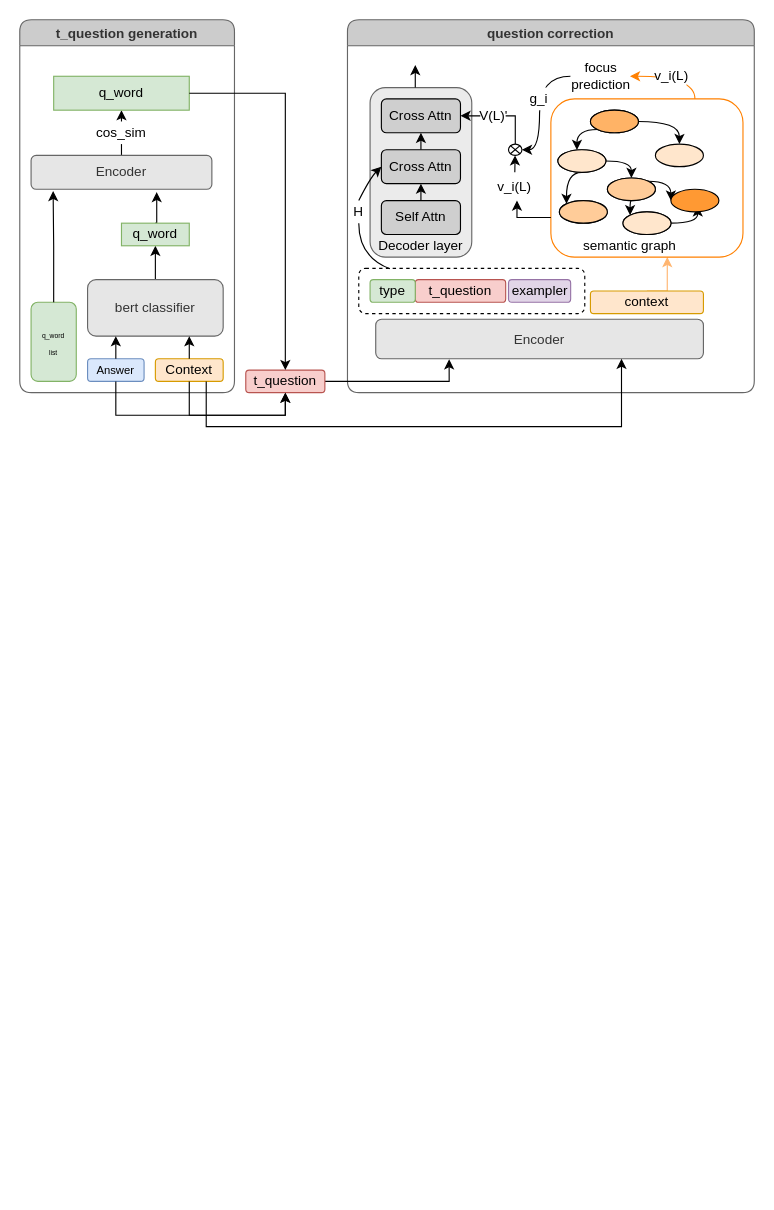
FantasyoO666/open-ended_question_ontology keeps this draw.io diagram as allQG model .drawio. Above is the earlier version. Source tidied: cells renumbered, new cells numbered last; positions are measured from the earlier drawing's top-left corner, leaving out a move shared by most shapes. Both pictures are drawn from the tidied source at 113%, with x=0, y=0 at pixel (19, 19).
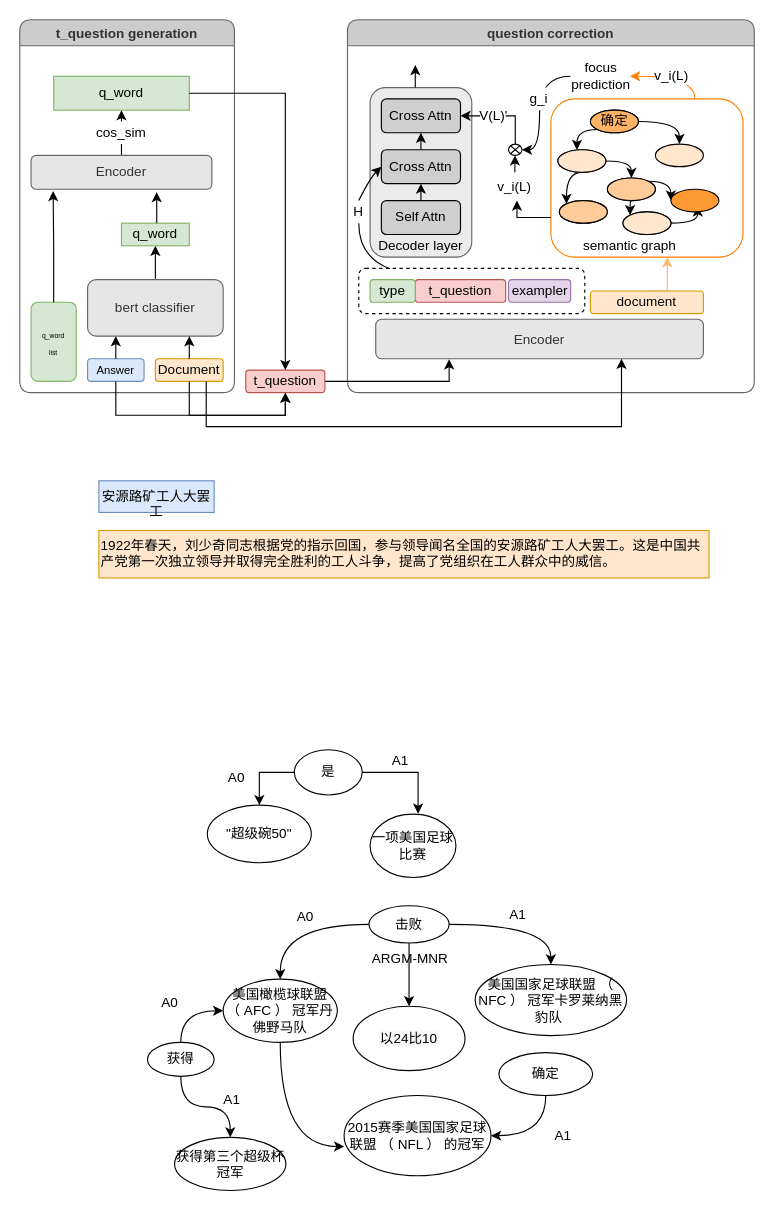
Above is the later version.

Unchanged cells that the change refers to:
```xml
<mxCell id="2" value="t_question generation" style="swimlane;strokeColor=#666666;fontColor=#333333;rounded=1;fillColor=#CCCCCC;" parent="1" vertex="1">
  <mxGeometry width="190" height="330" as="geometry" />
</mxCell>
<mxCell id="16" value="question correction" style="swimlane;rounded=1;strokeColor=#666666;fontColor=#333333;fillColor=#CCCCCC;" parent="1" vertex="1">
  <mxGeometry x="290" width="360" height="330" as="geometry" />
</mxCell>
```

The edit, as a diff of the source:
```diff
@@
-    <mxCell id="3" value="Context" style="rounded=1;whiteSpace=wrap;html=1;fillColor=#ffe6cc;strokeColor=#d79b00;" parent="2" vertex="1">
+    <mxCell id="3" value="Document" style="rounded=1;whiteSpace=wrap;html=1;fillColor=#ffe6cc;strokeColor=#d79b00;" parent="2" vertex="1">
       <mxGeometry x="120" y="300" width="60" height="20" as="geometry" />
     </mxCell>
@@
-    <mxCell id="20" value="context" style="rounded=1;whiteSpace=wrap;html=1;fillColor=#ffe6cc;strokeColor=#d79b00;" parent="16" vertex="1">
+    <mxCell id="20" value="document" style="rounded=1;whiteSpace=wrap;html=1;fillColor=#ffe6cc;strokeColor=#d79b00;" parent="16" vertex="1">
       <mxGeometry x="215" y="240" width="100" height="20" as="geometry" />
     </mxCell>
@@
-    <mxCell id="54" style="ellipse;whiteSpace=wrap;html=1;rounded=1;fillColor=#FFB366;" parent="16" vertex="1">
+    <mxCell id="54" value="确定" style="ellipse;whiteSpace=wrap;html=1;rounded=1;fillColor=#FFB366;" parent="16" vertex="1">
       <mxGeometry x="215" y="80" width="42.5" height="20" as="geometry" />
     </mxCell>
@@
+    <mxCell id="74" value="安源路矿工人大罢工" style="text;whiteSpace=wrap;html=1;strokeColor=#6c8ebf;fillColor=#dae8fc;align=center;" parent="1" vertex="1">
+      <mxGeometry x="70" y="408" width="102" height="28" as="geometry" />
+    </mxCell>
+    <mxCell id="75" value="1922年春天，刘少奇同志根据党的指示回国，参与领导闻名全国的安源路矿工人大罢工。这是中国共产党第一次独立领导并取得完全胜利的工人斗争，提高了党组织在工人群众中的威信。" style="text;whiteSpace=wrap;html=1;fillColor=#ffe6cc;strokeColor=#d79b00;" parent="1" vertex="1">
+      <mxGeometry x="70" y="452" width="540" height="42" as="geometry" />
+    </mxCell>
+    <mxCell id="76" style="edgeStyle=orthogonalEdgeStyle;rounded=0;jettySize=auto;html=1;exitX=0;exitY=0.5;exitDx=0;exitDy=0;entryX=0.5;entryY=0;entryDx=0;entryDy=0;" parent="1" edge="1" source="78" target="79">
+      <mxGeometry relative="1" as="geometry" />
+    </mxCell>
+    <mxCell id="77" style="edgeStyle=orthogonalEdgeStyle;rounded=0;jettySize=auto;html=1;exitX=1;exitY=0.5;exitDx=0;exitDy=0;entryX=0.559;entryY=-0.007;entryDx=0;entryDy=0;entryPerimeter=0;" parent="1" edge="1" source="78" target="80">
+      <mxGeometry relative="1" as="geometry" />
+    </mxCell>
+    <mxCell id="78" value="是" style="ellipse;whiteSpace=wrap;html=1;fillColor=none;align=center;" parent="1" vertex="1">
+      <mxGeometry x="243" y="646" width="60" height="40" as="geometry" />
+    </mxCell>
+    <mxCell id="79" value="&quot;超级碗50&quot;" style="ellipse;whiteSpace=wrap;html=1;fillColor=none;align=center;" parent="1" vertex="1">
+      <mxGeometry x="166" y="695" width="92" height="51" as="geometry" />
+    </mxCell>
+    <mxCell id="80" value="一项美国足球比赛" style="ellipse;whiteSpace=wrap;html=1;fillColor=none;align=center;" parent="1" vertex="1">
+      <mxGeometry x="310" y="703" width="76" height="56" as="geometry" />
+    </mxCell>
+    <mxCell id="81" value="A0" style="text;html=1;strokeColor=none;fillColor=none;align=center;verticalAlign=middle;whiteSpace=wrap;rounded=0;" parent="1" vertex="1">
+      <mxGeometry x="172" y="661" width="40" height="20" as="geometry" />
+    </mxCell>
+    <mxCell id="82" value="A1" style="text;html=1;strokeColor=none;fillColor=none;align=center;verticalAlign=middle;whiteSpace=wrap;rounded=0;" parent="1" vertex="1">
+      <mxGeometry x="317" y="646" width="40" height="20" as="geometry" />
+    </mxCell>
+    <mxCell id="83" style="edgeStyle=orthogonalEdgeStyle;curved=1;jettySize=auto;html=1;exitX=0.5;exitY=1;exitDx=0;exitDy=0;entryX=1;entryY=0.5;entryDx=0;entryDy=0;" parent="1" edge="1" source="84" target="85">
+      <mxGeometry relative="1" as="geometry" />
+    </mxCell>
+    <mxCell id="84" value="确定" style="ellipse;whiteSpace=wrap;html=1;fillColor=none;align=center;" parent="1" vertex="1">
+      <mxGeometry x="424" y="914" width="83" height="38" as="geometry" />
+    </mxCell>
+    <mxCell id="85" value="&lt;span style=&quot;text-align: left&quot;&gt;2015赛季美国国家足球联盟 （ NFL ） 的冠军&lt;/span&gt;" style="ellipse;whiteSpace=wrap;html=1;fillColor=none;align=center;" parent="1" vertex="1">
+      <mxGeometry x="287" y="952" width="130" height="71" as="geometry" />
+    </mxCell>
+    <mxCell id="86" value="A1" style="text;html=1;strokeColor=none;fillColor=none;align=center;verticalAlign=middle;whiteSpace=wrap;rounded=0;" parent="1" vertex="1">
+      <mxGeometry x="461" y="977.5" width="40" height="20" as="geometry" />
+    </mxCell>
+    <mxCell id="87" style="edgeStyle=orthogonalEdgeStyle;jettySize=auto;html=1;exitX=0;exitY=0.5;exitDx=0;exitDy=0;entryX=0.5;entryY=0;entryDx=0;entryDy=0;curved=1;" parent="1" edge="1" source="90" target="92">
+      <mxGeometry relative="1" as="geometry" />
+    </mxCell>
+    <mxCell id="88" style="edgeStyle=orthogonalEdgeStyle;rounded=0;jettySize=auto;html=1;exitX=0.5;exitY=1;exitDx=0;exitDy=0;entryX=0.5;entryY=0;entryDx=0;entryDy=0;" parent="1" edge="1" source="90" target="93">
+      <mxGeometry relative="1" as="geometry" />
+    </mxCell>
+    <mxCell id="89" style="edgeStyle=orthogonalEdgeStyle;jettySize=auto;html=1;exitX=1;exitY=0.5;exitDx=0;exitDy=0;entryX=0.5;entryY=0;entryDx=0;entryDy=0;curved=1;" parent="1" edge="1" source="90" target="94">
+      <mxGeometry relative="1" as="geometry" />
+    </mxCell>
+    <mxCell id="90" value="击败" style="ellipse;whiteSpace=wrap;html=1;fillColor=none;align=center;" parent="1" vertex="1">
+      <mxGeometry x="309" y="784" width="71" height="33" as="geometry" />
+    </mxCell>
+    <mxCell id="91" style="edgeStyle=orthogonalEdgeStyle;curved=1;jettySize=auto;html=1;exitX=0.5;exitY=1;exitDx=0;exitDy=0;entryX=0.001;entryY=0.635;entryDx=0;entryDy=0;entryPerimeter=0;" parent="1" edge="1" source="92" target="85">
+      <mxGeometry relative="1" as="geometry" />
+    </mxCell>
+    <mxCell id="92" value="&lt;span style=&quot;text-align: left&quot;&gt;美国橄榄球联盟 （ AFC ） 冠军丹佛野马队&lt;/span&gt;" style="ellipse;whiteSpace=wrap;html=1;fillColor=none;align=center;" parent="1" vertex="1">
+      <mxGeometry x="180" y="849" width="101" height="56" as="geometry" />
+    </mxCell>
+    <mxCell id="93" value="&#10;&#10;&lt;span style=&quot;color: rgb(0, 0, 0); font-family: helvetica; font-size: 12px; font-style: normal; font-weight: 400; letter-spacing: normal; text-align: left; text-indent: 0px; text-transform: none; word-spacing: 0px; background-color: rgb(248, 249, 250); display: inline; float: none;&quot;&gt;以24比10&lt;/span&gt;&#10;&#10;" style="ellipse;whiteSpace=wrap;html=1;fillColor=none;align=center;" parent="1" vertex="1">
+      <mxGeometry x="295" y="873" width="99" height="57" as="geometry" />
+    </mxCell>
+    <mxCell id="94" value="&lt;span style=&quot;text-align: left&quot;&gt;美国国家足球联盟 （ NFC ） 冠军卡罗莱纳黑豹队&amp;nbsp;&lt;/span&gt;" style="ellipse;whiteSpace=wrap;html=1;fillColor=none;align=center;" parent="1" vertex="1">
+      <mxGeometry x="403" y="836" width="134" height="63" as="geometry" />
+    </mxCell>
+    <mxCell id="95" value="A0" style="text;html=1;strokeColor=none;fillColor=none;align=center;verticalAlign=middle;whiteSpace=wrap;rounded=0;" parent="1" vertex="1">
+      <mxGeometry x="233" y="784" width="40" height="20" as="geometry" />
+    </mxCell>
+    <mxCell id="96" value="ARGM-MNR" style="text;whiteSpace=wrap;html=1;" parent="1" vertex="1">
+      <mxGeometry x="310" y="817" width="88" height="28" as="geometry" />
+    </mxCell>
+    <mxCell id="97" value="A1" style="text;html=1;strokeColor=none;fillColor=none;align=center;verticalAlign=middle;whiteSpace=wrap;rounded=0;" parent="1" vertex="1">
+      <mxGeometry x="421" y="782" width="40" height="20" as="geometry" />
+    </mxCell>
+    <mxCell id="98" style="edgeStyle=orthogonalEdgeStyle;curved=1;jettySize=auto;html=1;exitX=0.5;exitY=0;exitDx=0;exitDy=0;entryX=0;entryY=0.5;entryDx=0;entryDy=0;" parent="1" edge="1" source="100" target="92">
+      <mxGeometry relative="1" as="geometry" />
+    </mxCell>
+    <mxCell id="99" style="edgeStyle=orthogonalEdgeStyle;curved=1;jettySize=auto;html=1;" parent="1" edge="1" source="100" target="101">
+      <mxGeometry relative="1" as="geometry" />
+    </mxCell>
+    <mxCell id="100" value="获得" style="ellipse;whiteSpace=wrap;html=1;fillColor=none;align=center;" parent="1" vertex="1">
+      <mxGeometry x="113" y="905" width="59" height="30" as="geometry" />
+    </mxCell>
+    <mxCell id="101" value="&lt;span style=&quot;text-align: left&quot;&gt;获得第三个超级杯冠军&lt;/span&gt;" style="ellipse;whiteSpace=wrap;html=1;fillColor=none;align=center;" parent="1" vertex="1">
+      <mxGeometry x="137" y="989" width="98.5" height="47" as="geometry" />
+    </mxCell>
+    <mxCell id="102" value="A0" style="text;html=1;strokeColor=none;fillColor=none;align=center;verticalAlign=middle;whiteSpace=wrap;rounded=0;" parent="1" vertex="1">
+      <mxGeometry x="113" y="860" width="40" height="20" as="geometry" />
+    </mxCell>
+    <mxCell id="103" value="A1" style="text;html=1;strokeColor=none;fillColor=none;align=center;verticalAlign=middle;whiteSpace=wrap;rounded=0;" parent="1" vertex="1">
+      <mxGeometry x="168" y="946" width="40" height="20" as="geometry" />
+    </mxCell>
```
